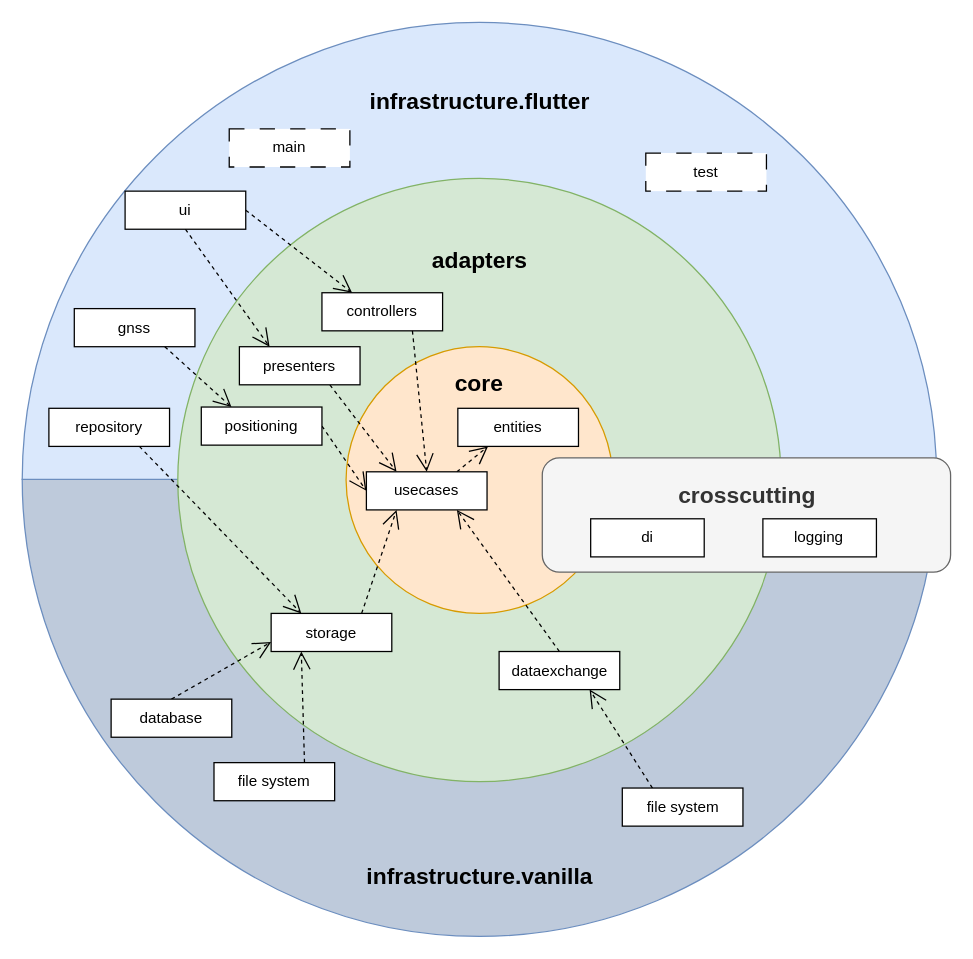
Earlier version of the draw.io diagram doc/architecture/sysarc-overview.drawio (aardjon/trad). Source tidied: cells renumbered, new cells numbered last; positions are measured from the earlier drawing's top-left corner, leaving out a move shared by most shapes. Both pictures are drawn from the tidied source at 127%, with x=0, y=0 at pixel (22, 22).
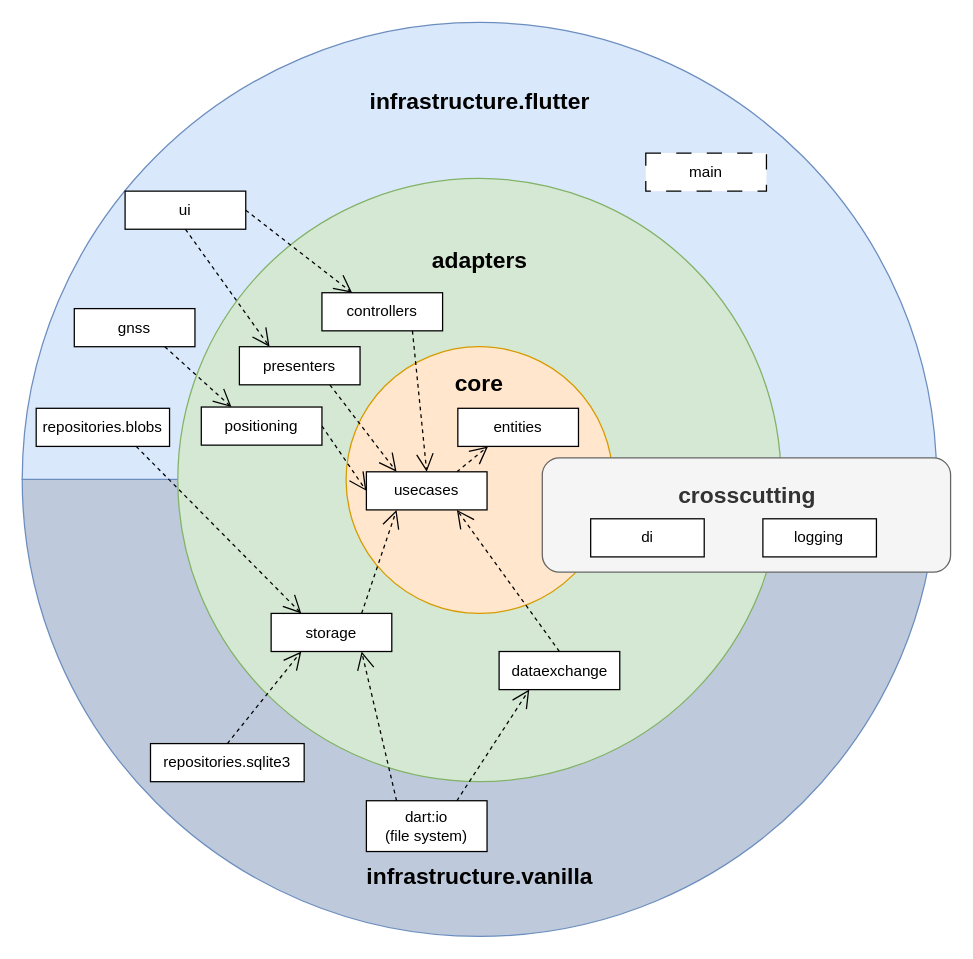
The same diagram, later.

Unchanged cells that the change refers to:
```xml
<mxCell id="16" value="storage" style="html=1;whiteSpace=wrap;" parent="1" vertex="1">
  <mxGeometry x="196" y="465.5" width="95" height="30" as="geometry" />
</mxCell>
<mxCell id="25" value="dataexchange" style="html=1;whiteSpace=wrap;" parent="1" vertex="1">
  <mxGeometry x="375.5" y="495.5" width="95" height="30" as="geometry" />
</mxCell>
```

The edit, as a diff of the source:
```diff
@@
-    <mxCell id="6" style="endArrow=open;endSize=12;dashed=1;html=1;rounded=0;exitX=0.5;exitY=0;exitDx=0;exitDy=0;entryX=0;entryY=0.75;entryDx=0;entryDy=0;" parent="1" edge="1" source="20" target="16">
+    <mxCell id="6" style="endArrow=open;endSize=12;dashed=1;html=1;rounded=0;exitX=0.5;exitY=0;exitDx=0;exitDy=0;entryX=0.25;entryY=1;entryDx=0;entryDy=0;" parent="1" edge="1" source="20" target="16">
       <mxGeometry relative="1" as="geometry" />
     </mxCell>
@@
-    <mxCell id="20" value="database" style="html=1;whiteSpace=wrap;" parent="1" vertex="1">
-      <mxGeometry x="70" y="533" width="95" height="30" as="geometry" />
+    <mxCell id="20" value="repositories.sqlite3" style="html=1;whiteSpace=wrap;" parent="1" vertex="1">
+      <mxGeometry x="101" y="568" width="121" height="30" as="geometry" />
     </mxCell>
-    <mxCell id="21" value="file system" style="html=1;whiteSpace=wrap;" parent="1" vertex="1">
-      <mxGeometry x="151" y="583" width="95" height="30" as="geometry" />
+    <mxCell id="21" value="dart:io&lt;div&gt;(file system)&lt;/div&gt;" style="html=1;whiteSpace=wrap;" parent="1" vertex="1">
+      <mxGeometry x="271" y="613" width="95" height="40" as="geometry" />
     </mxCell>
-    <mxCell id="22" style="endArrow=open;endSize=12;dashed=1;html=1;rounded=0;exitX=0.75;exitY=0;exitDx=0;exitDy=0;entryX=0.25;entryY=1;entryDx=0;entryDy=0;" parent="1" edge="1" source="21" target="16">
+    <mxCell id="22" style="endArrow=open;endSize=12;dashed=1;html=1;rounded=0;exitX=0.25;exitY=0;exitDx=0;exitDy=0;entryX=0.75;entryY=1;entryDx=0;entryDy=0;" parent="1" edge="1" source="21" target="16">
       <mxGeometry relative="1" as="geometry" />
     </mxCell>
     <mxCell id="23" value="main" style="html=1;whiteSpace=wrap;dashed=1;dashPattern=12 12;" parent="1" vertex="1">
-      <mxGeometry x="163" y="84" width="95" height="30" as="geometry" />
+      <mxGeometry x="491" y="103" width="95" height="30" as="geometry" />
     </mxCell>
-    <mxCell id="24" value="test" style="html=1;whiteSpace=wrap;dashed=1;dashPattern=12 12;" parent="1" vertex="1">
-      <mxGeometry x="491" y="103" width="95" height="30" as="geometry" />
-    </mxCell>
@@
-    <mxCell id="26" style="endArrow=open;endSize=12;dashed=1;html=1;rounded=0;exitX=0.25;exitY=0;exitDx=0;exitDy=0;entryX=0.75;entryY=1;entryDx=0;entryDy=0;" parent="1" edge="1" source="28" target="25">
+    <mxCell id="26" style="endArrow=open;endSize=12;dashed=1;html=1;rounded=0;exitX=0.75;exitY=0;exitDx=0;exitDy=0;entryX=0.25;entryY=1;entryDx=0;entryDy=0;" parent="1" edge="1" source="21" target="25">
       <mxGeometry relative="1" as="geometry" />
     </mxCell>
@@
-    <mxCell id="28" value="file system" style="html=1;whiteSpace=wrap;" parent="1" vertex="1">
-      <mxGeometry x="472.5" y="603" width="95" height="30" as="geometry" />
-    </mxCell>
@@
-    <mxCell id="38" value="repository" style="html=1;whiteSpace=wrap;" parent="1" vertex="1">
-      <mxGeometry x="21" y="304" width="95" height="30" as="geometry" />
+    <mxCell id="38" value="repositories.blobs" style="html=1;whiteSpace=wrap;" parent="1" vertex="1">
+      <mxGeometry x="11" y="304" width="105" height="30" as="geometry" />
     </mxCell>
```
